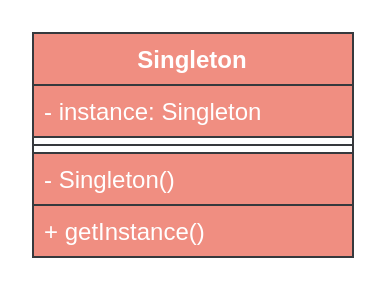
CodePoem/VDesignPatterns keeps this draw.io diagram as docs/drawio/Singleton.drawio. Above is the earlier version. Source tidied: cells renumbered, new cells numbered last; positions are measured from the earlier drawing's top-left corner, leaving out a move shared by most shapes. Both pictures are drawn from the tidied source at 200%, with x=0, y=0 at pixel (32, 32).
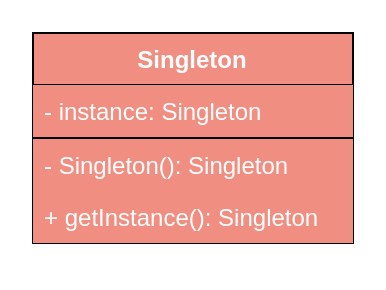
The same page after the edit.

What changed in the source:
```diff
@@
 <mxGraphModel>
   <root>
     <mxCell id="0" />
     <mxCell id="1" parent="0" />
-    <mxCell id="2" value="Singleton" style="swimlane;fontStyle=1;align=center;verticalAlign=top;horizontal=1;startSize=26;fillColor=#F08E81;strokeColor=#36393d;labelBackgroundColor=none;fontColor=#FFFFFF;" parent="1" vertex="1">
-      <mxGeometry width="160" height="112" as="geometry" />
+    <mxCell id="2" value="Singleton" style="swimlane;fontStyle=1;align=center;verticalAlign=top;horizontal=1;startSize=26;strokeColor=#000000;fillColor=#F08E81;fontColor=#FFFFFF;labelBackgroundColor=none;" parent="1" vertex="1">
+      <mxGeometry width="160" height="105" as="geometry" />
     </mxCell>
-    <mxCell id="3" value="- instance: Singleton" style="text;strokeColor=#36393d;fillColor=#F08E81;align=left;verticalAlign=top;spacingLeft=4;spacingRight=4;overflow=hidden;labelBackgroundColor=none;fontColor=#FFFFFF;" parent="2" vertex="1">
+    <mxCell id="3" value="- instance: Singleton" style="text;strokeColor=none;fillColor=#F08E81;align=left;verticalAlign=top;spacingLeft=4;spacingRight=4;overflow=hidden;fontColor=#FFFFFF;labelBackgroundColor=none;" parent="2" vertex="1">
       <mxGeometry y="26" width="160" height="26" as="geometry" />
     </mxCell>
-    <mxCell id="4" style="line;strokeWidth=1;fillColor=#F08E81;align=left;verticalAlign=middle;spacingTop=-1;spacingLeft=3;spacingRight=3;labelPosition=right;strokeColor=#36393d;labelBackgroundColor=none;fontColor=#FFFFFF;" parent="2" vertex="1">
-      <mxGeometry y="52" width="160" height="8" as="geometry" />
-    </mxCell>
-    <mxCell id="5" value="- Singleton()" style="text;strokeColor=#36393d;fillColor=#F08E81;align=left;verticalAlign=top;spacingLeft=4;spacingRight=4;overflow=hidden;labelBackgroundColor=none;fontColor=#FFFFFF;" parent="2" vertex="1">
-      <mxGeometry y="60" width="160" height="26" as="geometry" />
-    </mxCell>
-    <mxCell id="6" value="+ getInstance()" style="text;strokeColor=#36393d;fillColor=#F08E81;align=left;verticalAlign=top;spacingLeft=4;spacingRight=4;overflow=hidden;labelBackgroundColor=none;fontColor=#FFFFFF;" parent="2" vertex="1">
-      <mxGeometry y="86" width="160" height="26" as="geometry" />
-    </mxCell>
+    <mxCell id="7" style="line;strokeWidth=1;fillColor=none;align=left;verticalAlign=middle;spacingTop=-1;spacingLeft=3;spacingRight=3;labelPosition=right;shadow=0;labelBackgroundColor=none;fontColor=#F08E81;" parent="2" vertex="1">
+      <mxGeometry y="52" width="160" height="1" as="geometry" />
+    </mxCell>
+    <mxCell id="8" value="- Singleton(): Singleton" style="text;strokeColor=none;fillColor=#F08E81;align=left;verticalAlign=top;spacingLeft=4;spacingRight=4;overflow=hidden;fontColor=#FFFFFF;labelBackgroundColor=none;" parent="2" vertex="1">
+      <mxGeometry y="53" width="160" height="26" as="geometry" />
+    </mxCell>
+    <mxCell id="9" value="+ getInstance(): Singleton" style="text;strokeColor=none;fillColor=#F08E81;align=left;verticalAlign=top;spacingLeft=4;spacingRight=4;overflow=hidden;fontColor=#FFFFFF;labelBackgroundColor=none;" parent="2" vertex="1">
+      <mxGeometry y="79" width="160" height="26" as="geometry" />
+    </mxCell>
   </root>
 </mxGraphModel>
```
